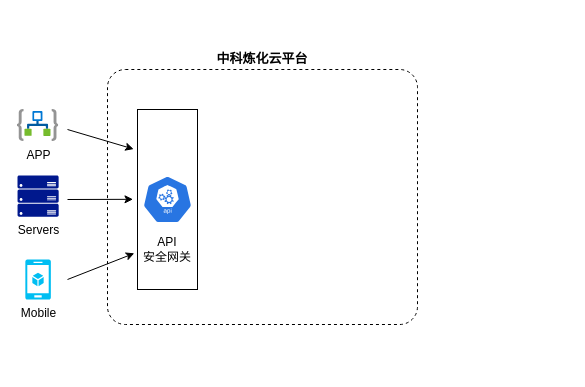
The draw.io diagram 中科炼化.drawio in lhongbei/lhongbei, before the edit. Source tidied: cells renumbered, new cells numbered last; positions are measured from the earlier drawing's top-left corner, leaving out a move shared by most shapes. Both pictures are drawn from the tidied source at 100%, with x=0, y=0 at pixel (17, 69). Pictures stored in the file or linked from it are replaced by grey dashed boxes.
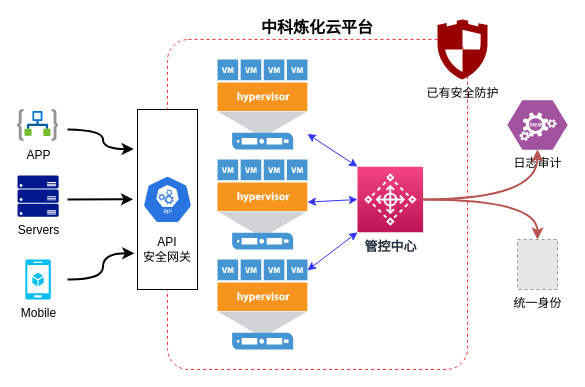
After the change.

Commit message (it also covers changes not shown here):
更新中科炼化.drawio

Unchanged cells that the change refers to:
```xml
<mxCell id="3" value="&lt;br&gt;&lt;br&gt;&lt;br&gt;&lt;br&gt;&lt;br&gt;&lt;br&gt;&lt;br&gt;API&lt;br&gt;安全网关" style="rounded=0;whiteSpace=wrap;html=1;" parent="1" vertex="1">
  <mxGeometry x="120" y="40" width="60" height="180" as="geometry" />
</mxCell>
```

Change to the diagram source:
```diff
@@
-    <mxCell id="2" value="&lt;b&gt;&lt;font style=&quot;font-size: 13px;&quot;&gt;中科炼化云平台&lt;/font&gt;&lt;/b&gt;" style="rounded=1;whiteSpace=wrap;html=1;arcSize=7;horizontal=1;labelPosition=center;verticalLabelPosition=top;align=center;verticalAlign=bottom;dashed=1;" parent="1" vertex="1">
-      <mxGeometry x="90" width="310" height="255" as="geometry" />
+    <mxCell id="2" value="&lt;b style=&quot;font-size: 16px;&quot;&gt;&lt;font style=&quot;font-size: 16px;&quot;&gt;中科炼化云平台&lt;/font&gt;&lt;/b&gt;" style="rounded=1;whiteSpace=wrap;html=1;arcSize=7;horizontal=1;labelPosition=center;verticalLabelPosition=top;align=center;verticalAlign=bottom;dashed=1;fontSize=16;strokeColor=#FF3333;" parent="1" vertex="1">
+      <mxGeometry x="150" y="-30" width="300" height="330" as="geometry" />
     </mxCell>
@@
-    <mxCell id="5" style="endArrow=classic;html=1;rounded=0;entryX=-0.064;entryY=0.22;entryDx=0;entryDy=0;entryPerimeter=0;" parent="1" edge="1" target="3">
+    <mxCell id="5" style="endArrow=classic;html=1;rounded=0;entryX=-0.064;entryY=0.22;entryDx=0;entryDy=0;entryPerimeter=0;edgeStyle=orthogonalEdgeStyle;curved=1;strokeWidth=2;" parent="1" edge="1" target="3">
       <mxGeometry relative="1" as="geometry">
         <mxPoint x="50" y="60" as="sourcePoint" />
       </mxGeometry>
     </mxCell>
-    <mxCell id="6" style="endArrow=classic;html=1;rounded=0;entryX=-0.075;entryY=0.499;entryDx=0;entryDy=0;entryPerimeter=0;" parent="1" edge="1" target="3">
+    <mxCell id="6" style="endArrow=classic;html=1;rounded=0;entryX=-0.075;entryY=0.499;entryDx=0;entryDy=0;entryPerimeter=0;strokeWidth=2;" parent="1" edge="1" target="3">
       <mxGeometry relative="1" as="geometry">
         <mxPoint x="50" y="130" as="sourcePoint" />
       </mxGeometry>
     </mxCell>
-    <mxCell id="7" style="endArrow=classic;html=1;rounded=0;entryX=-0.053;entryY=0.799;entryDx=0;entryDy=0;entryPerimeter=0;" parent="1" edge="1" target="3">
+    <mxCell id="7" style="endArrow=classic;html=1;rounded=0;entryX=-0.053;entryY=0.799;entryDx=0;entryDy=0;entryPerimeter=0;edgeStyle=orthogonalEdgeStyle;curved=1;strokeWidth=2;" parent="1" edge="1" target="3">
       <mxGeometry relative="1" as="geometry">
         <mxPoint x="50" y="210" as="sourcePoint" />
       </mxGeometry>
     </mxCell>
@@
+    <mxCell id="11" style="group;" parent="1" vertex="1">
+      <mxGeometry x="200" y="-10" width="90" height="290" as="geometry" />
+    </mxCell>
+    <mxCell id="12" style="shadow=0;dashed=0;html=1;strokeColor=none;fillColor=#4495D1;labelPosition=center;verticalLabelPosition=bottom;verticalAlign=top;align=center;outlineConnect=0;shape=mxgraph.veeam.virtual_host;" parent="11" vertex="1">
+      <mxGeometry width="90" height="90" as="geometry" />
+    </mxCell>
+    <mxCell id="13" style="shadow=0;dashed=0;html=1;strokeColor=none;fillColor=#4495D1;labelPosition=center;verticalLabelPosition=bottom;verticalAlign=top;align=center;outlineConnect=0;shape=mxgraph.veeam.virtual_host;" parent="11" vertex="1">
+      <mxGeometry y="100" width="90" height="90" as="geometry" />
+    </mxCell>
+    <mxCell id="14" style="shadow=0;dashed=0;html=1;strokeColor=none;fillColor=#4495D1;labelPosition=center;verticalLabelPosition=bottom;verticalAlign=top;align=center;outlineConnect=0;shape=mxgraph.veeam.virtual_host;" parent="11" vertex="1">
+      <mxGeometry y="200" width="90" height="90" as="geometry" />
+    </mxCell>
+    <mxCell id="15" value="&lt;font style=&quot;font-size: 13px;&quot;&gt;&lt;b&gt;管控中心&lt;/b&gt;&lt;/font&gt;" style="sketch=0;points=[[0,0,0],[0.25,0,0],[0.5,0,0],[0.75,0,0],[1,0,0],[0,1,0],[0.25,1,0],[0.5,1,0],[0.75,1,0],[1,1,0],[0,0.25,0],[0,0.5,0],[0,0.75,0],[1,0.25,0],[1,0.5,0],[1,0.75,0]];points=[[0,0,0],[0.25,0,0],[0.5,0,0],[0.75,0,0],[1,0,0],[0,1,0],[0.25,1,0],[0.5,1,0],[0.75,1,0],[1,1,0],[0,0.25,0],[0,0.5,0],[0,0.75,0],[1,0.25,0],[1,0.5,0],[1,0.75,0]];outlineConnect=0;fontColor=#232F3E;gradientColor=#F34482;gradientDirection=north;fillColor=#BC1356;strokeColor=#ffffff;dashed=0;verticalLabelPosition=bottom;verticalAlign=top;align=center;html=1;fontSize=12;fontStyle=0;shape=mxgraph.aws4.resourceIcon;resIcon=mxgraph.aws4.control_tower;" parent="1" vertex="1">
+      <mxGeometry x="340" y="97.2" width="65.6" height="65.6" as="geometry" />
+    </mxCell>
+    <mxCell id="16" style="endArrow=classic;startArrow=classic;html=1;rounded=0;entryX=0;entryY=0;entryDx=0;entryDy=0;entryPerimeter=0;strokeColor=#3333FF;" parent="1" edge="1" source="12" target="15">
+      <mxGeometry relative="1" as="geometry" />
+    </mxCell>
+    <mxCell id="17" style="endArrow=classic;startArrow=classic;html=1;rounded=0;entryX=0;entryY=0.5;entryDx=0;entryDy=0;entryPerimeter=0;strokeColor=#3333FF;" parent="1" edge="1" source="13" target="15">
+      <mxGeometry relative="1" as="geometry" />
+    </mxCell>
+    <mxCell id="18" style="endArrow=classic;startArrow=classic;html=1;rounded=0;entryX=0;entryY=1;entryDx=0;entryDy=0;entryPerimeter=0;fillColor=#0000CC;strokeColor=#3333FF;" parent="1" edge="1" source="14" target="15">
+      <mxGeometry relative="1" as="geometry" />
+    </mxCell>
+    <mxCell id="19" value="日志审计" style="verticalLabelPosition=bottom;sketch=0;html=1;fillColor=#A153A0;strokeColor=#ffffff;verticalAlign=top;align=center;points=[[0,0.5,0],[0.125,0.25,0],[0.25,0,0],[0.5,0,0],[0.75,0,0],[0.875,0.25,0],[1,0.5,0],[0.875,0.75,0],[0.75,1,0],[0.5,1,0],[0.125,0.75,0]];shape=mxgraph.cisco_safe.compositeIcon;bgIcon=mxgraph.cisco_safe.design.blank_device;resIcon=mxgraph.cisco_safe.design.siem;" parent="1" vertex="1">
+      <mxGeometry x="490" y="31" width="60" height="49" as="geometry" />
+    </mxCell>
+    <mxCell id="20" value="统一身份" style="fillColor=#E6E6E6;strokeColor=#999999;dashed=1;html=1;verticalLabelPosition=bottom;labelBackgroundColor=#ffffff;verticalAlign=top;" parent="1" vertex="1">
+      <mxGeometry x="500" y="170" width="40" height="50" as="geometry" />
+    </mxCell>
+    <mxCell id="21" style="endArrow=classic;html=1;rounded=0;edgeStyle=orthogonalEdgeStyle;curved=1;strokeWidth=2;fillColor=#f8cecc;strokeColor=#b85450;" parent="1" edge="1" source="15" target="19">
+      <mxGeometry relative="1" as="geometry" />
+    </mxCell>
+    <mxCell id="22" style="endArrow=classic;html=1;rounded=0;edgeStyle=orthogonalEdgeStyle;curved=1;strokeWidth=2;fillColor=#f8cecc;strokeColor=#b85450;" parent="1" edge="1" source="15" target="20">
+      <mxGeometry relative="1" as="geometry" />
+    </mxCell>
+    <mxCell id="23" value="已有安全防护" style="verticalLabelPosition=bottom;sketch=0;html=1;fillColor=#990000;strokeColor=none;verticalAlign=top;align=center;shape=mxgraph.cisco_safe.security_icons.icon5;" parent="1" vertex="1">
+      <mxGeometry x="420" y="-50" width="50" height="60" as="geometry" />
+    </mxCell>
```
